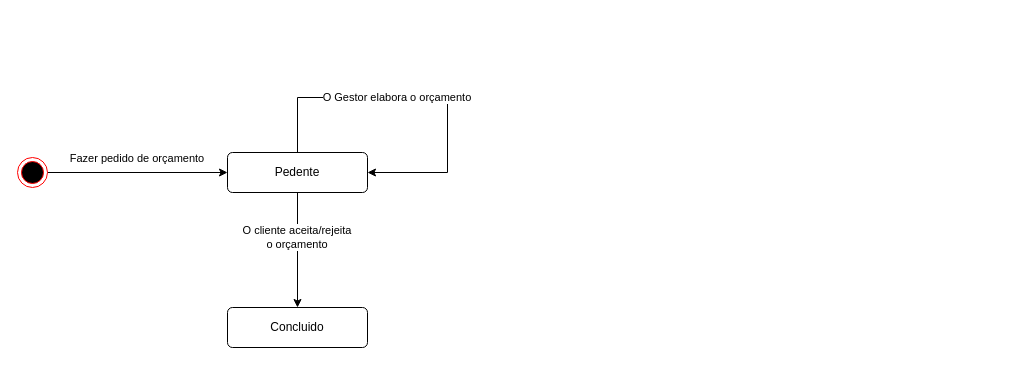
The draw.io diagram Diagrama de Estados.drawio in ic3K1ng/Rooms-Equipments, before the edit. Source tidied: cells renumbered, new cells numbered last; positions are measured from the earlier drawing's top-left corner, leaving out a move shared by most shapes. Both pictures are drawn from the tidied source at 100%, with x=0, y=0 at pixel (17, 97).
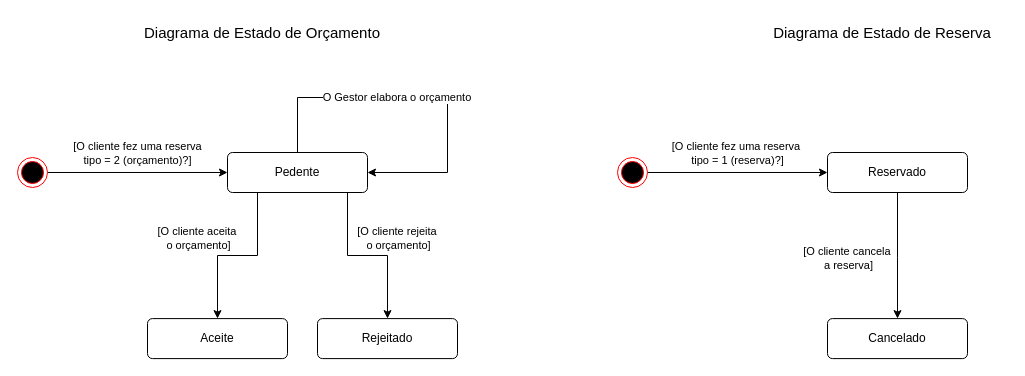
The same page after the edit.

Commit message:
Add reservation status diagram

Unchanged cells that the change refers to:
```xml
<mxCell id="2" style="edgeStyle=orthogonalEdgeStyle;rounded=0;jettySize=auto;html=1;" parent="1" edge="1" source="4" target="7">
  <mxGeometry relative="1" as="geometry" />
</mxCell>
<mxCell id="7" value="Pedente" style="html=1;align=center;verticalAlign=middle;rounded=1;absoluteArcSize=1;arcSize=10;dashed=0;whiteSpace=wrap;" parent="1" vertex="1">
  <mxGeometry x="210" y="55" width="140" height="40" as="geometry" />
</mxCell>
```

The edit, as a diff of the source:
```diff
@@
-    <mxCell id="3" value="Fazer pedido de orçamento&amp;nbsp;" style="edgeLabel;html=1;align=center;verticalAlign=middle;" parent="2" vertex="1">
+    <mxCell id="3" value="[O cliente fez uma reserva&lt;div&gt;tipo = 2 (orçamento)?]&lt;/div&gt;" style="edgeLabel;html=1;align=center;verticalAlign=middle;" parent="2" vertex="1">
       <mxGeometry x="-0.44" y="-1" relative="1" as="geometry">
-        <mxPoint x="40" y="-16" as="offset" />
+        <mxPoint x="39" y="-21" as="offset" />
       </mxGeometry>
     </mxCell>
@@
     <mxCell id="5" style="edgeStyle=orthogonalEdgeStyle;rounded=0;jettySize=auto;html=1;" parent="1" edge="1" source="7" target="8">
-      <mxGeometry relative="1" as="geometry" />
+      <mxGeometry relative="1" as="geometry">
+        <Array as="points">
+          <mxPoint x="240" y="158" />
+          <mxPoint x="200" y="158" />
+        </Array>
+      </mxGeometry>
     </mxCell>
-    <mxCell id="6" value="O cliente aceita/rejeita&amp;nbsp;&lt;div&gt;o orçamento&amp;nbsp;&lt;/div&gt;" style="edgeLabel;html=1;align=center;verticalAlign=middle;" parent="5" vertex="1">
-      <mxGeometry x="-0.24" relative="1" as="geometry" />
+    <mxCell id="6" value="[O cliente aceita&amp;nbsp;&lt;div&gt;o orçamento]&lt;/div&gt;" style="edgeLabel;html=1;align=center;verticalAlign=middle;" parent="5" vertex="1">
+      <mxGeometry x="-0.24" relative="1" as="geometry">
+        <mxPoint x="-60" y="-18" as="offset" />
+      </mxGeometry>
     </mxCell>
+    <mxCell id="11" style="edgeStyle=orthogonalEdgeStyle;rounded=0;jettySize=auto;html=1;" parent="1" edge="1" source="7" target="13">
+      <mxGeometry relative="1" as="geometry">
+        <Array as="points">
+          <mxPoint x="330" y="158" />
+          <mxPoint x="370" y="158" />
+        </Array>
+      </mxGeometry>
+    </mxCell>
+    <mxCell id="12" value="[O cliente rejeita&amp;nbsp;&lt;div&gt;o orçamento]&lt;/div&gt;" style="edgeLabel;html=1;align=center;verticalAlign=middle;" parent="11" vertex="1">
+      <mxGeometry x="-0.13" y="-2" relative="1" as="geometry">
+        <mxPoint x="41" y="-20" as="offset" />
+      </mxGeometry>
+    </mxCell>
@@
-    <mxCell id="8" value="Concluido" style="html=1;align=center;verticalAlign=middle;rounded=1;absoluteArcSize=1;arcSize=10;dashed=0;whiteSpace=wrap;" parent="1" vertex="1">
-      <mxGeometry x="210" y="210" width="140" height="40" as="geometry" />
+    <mxCell id="8" value="Aceite" style="html=1;align=center;verticalAlign=middle;rounded=1;absoluteArcSize=1;arcSize=10;dashed=0;whiteSpace=wrap;" parent="1" vertex="1">
+      <mxGeometry x="130" y="221.1" width="140" height="40" as="geometry" />
     </mxCell>
@@
+    <mxCell id="13" value="Rejeitado" style="html=1;align=center;verticalAlign=middle;rounded=1;absoluteArcSize=1;arcSize=10;dashed=0;whiteSpace=wrap;" parent="1" vertex="1">
+      <mxGeometry x="300" y="221.1" width="140" height="40" as="geometry" />
+    </mxCell>
+    <mxCell id="14" value="Diagrama de Estado de Orçamento" style="text;html=1;align=center;verticalAlign=middle;whiteSpace=wrap;rounded=0;fontSize=15;" parent="1" vertex="1">
+      <mxGeometry x="120" y="-80" width="250" height="30" as="geometry" />
+    </mxCell>
+    <mxCell id="15" style="edgeStyle=orthogonalEdgeStyle;rounded=0;jettySize=auto;html=1;" parent="1" edge="1" source="17" target="20">
+      <mxGeometry relative="1" as="geometry" />
+    </mxCell>
+    <mxCell id="16" value="[O cliente fez uma reserva&amp;nbsp;&lt;div&gt;tipo = 1 (reserva)?]&lt;/div&gt;" style="edgeLabel;html=1;align=center;verticalAlign=middle;" parent="15" vertex="1">
+      <mxGeometry x="-0.44" y="-1" relative="1" as="geometry">
+        <mxPoint x="39" y="-21" as="offset" />
+      </mxGeometry>
+    </mxCell>
+    <mxCell id="17" style="ellipse;html=1;shape=endState;fillColor=#000000;strokeColor=#ff0000;" parent="1" vertex="1">
+      <mxGeometry x="600" y="60" width="30" height="30" as="geometry" />
+    </mxCell>
+    <mxCell id="18" style="edgeStyle=orthogonalEdgeStyle;rounded=0;jettySize=auto;html=1;" parent="1" edge="1" source="20" target="21">
+      <mxGeometry relative="1" as="geometry">
+        <Array as="points">
+          <mxPoint x="880" y="160" />
+          <mxPoint x="880" y="160" />
+        </Array>
+      </mxGeometry>
+    </mxCell>
+    <mxCell id="19" value="[O cliente cancela&amp;nbsp;&lt;div&gt;a reserva]&lt;/div&gt;" style="edgeLabel;html=1;align=center;verticalAlign=middle;" parent="18" vertex="1">
+      <mxGeometry x="-0.24" relative="1" as="geometry">
+        <mxPoint x="-50" y="17" as="offset" />
+      </mxGeometry>
+    </mxCell>
+    <mxCell id="20" value="Reservado" style="html=1;align=center;verticalAlign=middle;rounded=1;absoluteArcSize=1;arcSize=10;dashed=0;whiteSpace=wrap;" parent="1" vertex="1">
+      <mxGeometry x="810" y="55" width="140" height="40" as="geometry" />
+    </mxCell>
+    <mxCell id="21" value="Cancelado" style="html=1;align=center;verticalAlign=middle;rounded=1;absoluteArcSize=1;arcSize=10;dashed=0;whiteSpace=wrap;" parent="1" vertex="1">
+      <mxGeometry x="810" y="221.1" width="140" height="40" as="geometry" />
+    </mxCell>
+    <mxCell id="22" value="Diagrama de Estado de Reserva" style="text;html=1;align=center;verticalAlign=middle;whiteSpace=wrap;rounded=0;fontSize=15;" parent="1" vertex="1">
+      <mxGeometry x="740" y="-80" width="250" height="30" as="geometry" />
+    </mxCell>
```
